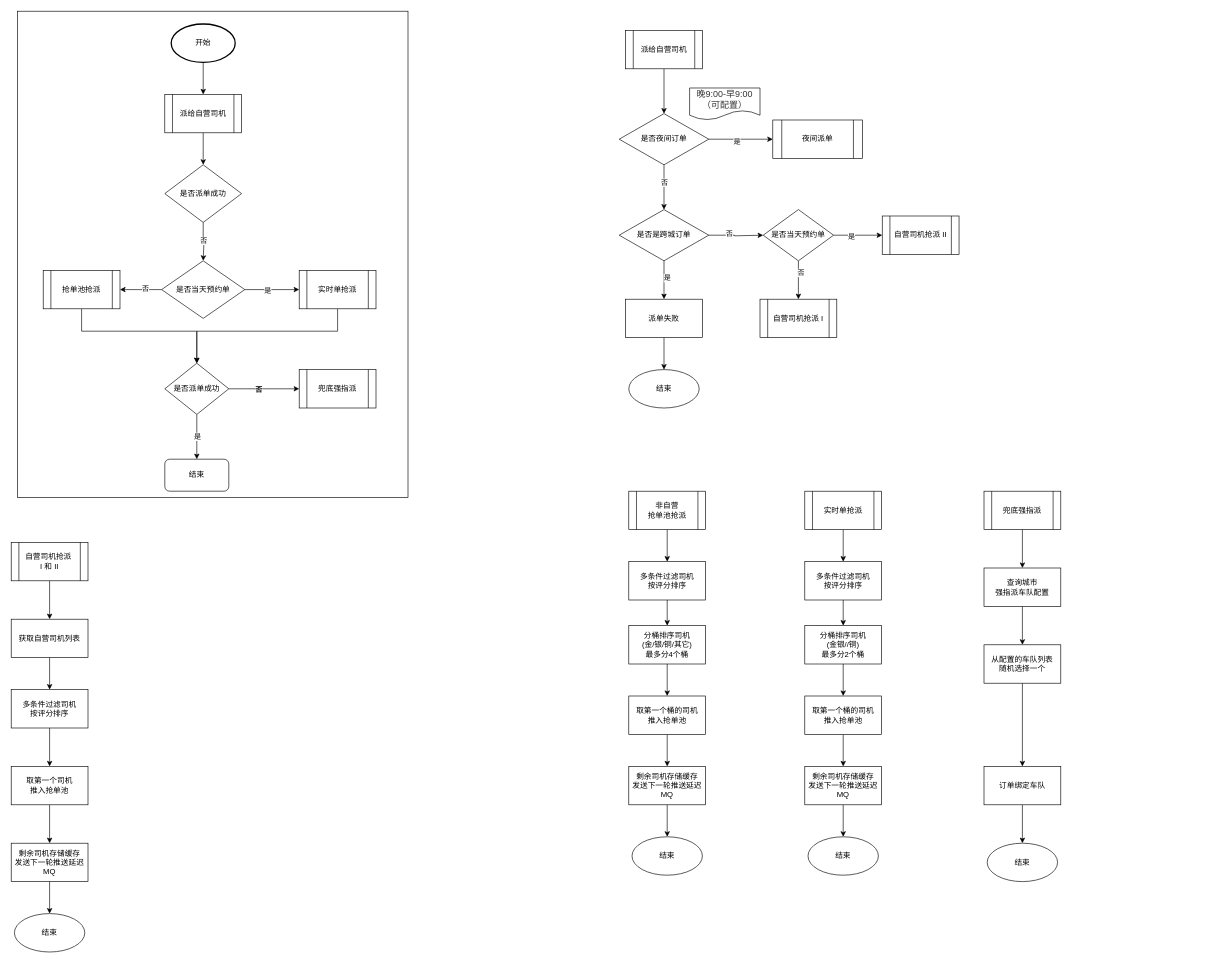
The draw.io diagram 搬家系统派单V1流程.drawio in jumpbyte/businessflow, before the edit. Source tidied: cells renumbered, new cells numbered last; positions are measured from the earlier drawing's top-left corner, leaving out a move shared by most shapes. Both pictures are drawn from the tidied source at 64%, with x=0, y=0 at pixel (11, 11).
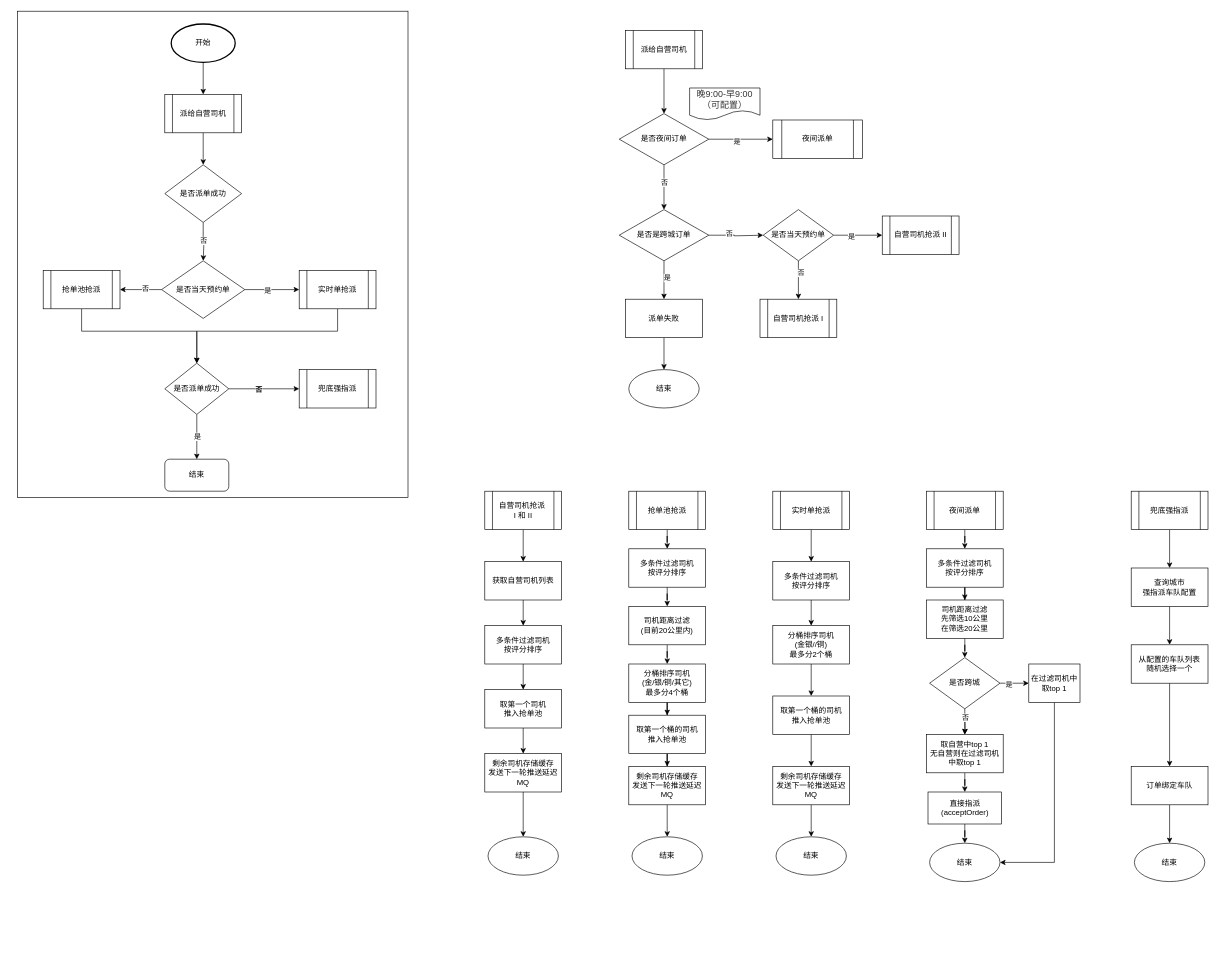
The same diagram, later.

Commit message:
更新搬家系统派单V1流程.drawio

What changed in the source:
```diff
@@
-    <mxCell id="51" value="非自营&lt;div&gt;抢单池抢派&lt;/div&gt;" style="shape=process;whiteSpace=wrap;html=1;backgroundOutline=1;" parent="1" vertex="1">
+    <mxCell id="51" value="抢单池抢派" style="shape=process;whiteSpace=wrap;html=1;backgroundOutline=1;" parent="1" vertex="1">
       <mxGeometry x="965" y="750" width="120" height="60" as="geometry" />
     </mxCell>
-    <mxCell id="52" style="edgeStyle=orthogonalEdgeStyle;rounded=0;jettySize=auto;html=1;" parent="1" edge="1" source="53" target="55">
-      <mxGeometry relative="1" as="geometry" />
-    </mxCell>
+    <mxCell id="92" style="edgeStyle=orthogonalEdgeStyle;rounded=0;jettySize=auto;html=1;" parent="1" edge="1" source="53" target="94">
+      <mxGeometry relative="1" as="geometry" />
+    </mxCell>
     <mxCell id="53" value="多条件过滤司机&lt;div&gt;按评分排序&lt;br&gt;&lt;/div&gt;" style="whiteSpace=wrap;html=1;" parent="1" vertex="1">
-      <mxGeometry x="965" y="860" width="120" height="60" as="geometry" />
+      <mxGeometry x="965" y="840" width="120" height="60" as="geometry" />
     </mxCell>
@@
     <mxCell id="55" value="分桶排序司机&lt;div&gt;(金/银/铜/其它)&lt;div&gt;最多分4个桶&lt;/div&gt;&lt;/div&gt;" style="whiteSpace=wrap;html=1;" parent="1" vertex="1">
-      <mxGeometry x="965" y="960" width="120" height="60" as="geometry" />
+      <mxGeometry x="965" y="1020" width="120" height="60" as="geometry" />
     </mxCell>
@@
     <mxCell id="57" value="取第一个桶的司机&lt;div&gt;推入抢单池&lt;/div&gt;" style="whiteSpace=wrap;html=1;" parent="1" vertex="1">
-      <mxGeometry x="965" y="1070" width="120" height="60" as="geometry" />
+      <mxGeometry x="965" y="1100" width="120" height="60" as="geometry" />
     </mxCell>
@@
     <mxCell id="62" value="实时单抢派" style="shape=process;whiteSpace=wrap;html=1;backgroundOutline=1;" parent="1" vertex="1">
-      <mxGeometry x="1240" y="750" width="120" height="60" as="geometry" />
+      <mxGeometry x="1190" y="750" width="120" height="60" as="geometry" />
     </mxCell>
@@
     <mxCell id="64" value="多条件过滤司机&lt;div&gt;按评分排序&lt;br&gt;&lt;/div&gt;" style="whiteSpace=wrap;html=1;" parent="1" vertex="1">
-      <mxGeometry x="1240" y="860" width="120" height="60" as="geometry" />
+      <mxGeometry x="1190" y="860" width="120" height="60" as="geometry" />
     </mxCell>
@@
     <mxCell id="66" value="分桶排序司机&lt;div&gt;(金银//铜)&lt;div&gt;最多分2个桶&lt;/div&gt;&lt;/div&gt;" style="whiteSpace=wrap;html=1;" parent="1" vertex="1">
-      <mxGeometry x="1240" y="960" width="120" height="60" as="geometry" />
+      <mxGeometry x="1190" y="960" width="120" height="60" as="geometry" />
     </mxCell>
@@
     <mxCell id="68" value="取第一个桶的司机&lt;div&gt;推入抢单池&lt;/div&gt;" style="whiteSpace=wrap;html=1;" parent="1" vertex="1">
-      <mxGeometry x="1240" y="1070" width="120" height="60" as="geometry" />
+      <mxGeometry x="1190" y="1070" width="120" height="60" as="geometry" />
     </mxCell>
@@
     <mxCell id="70" value="剩余司机存储缓存&lt;div&gt;发送下一轮推送延迟MQ&lt;/div&gt;" style="whiteSpace=wrap;html=1;" parent="1" vertex="1">
-      <mxGeometry x="1240" y="1180" width="120" height="60" as="geometry" />
+      <mxGeometry x="1190" y="1180" width="120" height="60" as="geometry" />
     </mxCell>
     <mxCell id="71" value="结束" style="ellipse;whiteSpace=wrap;html=1;" parent="1" vertex="1">
-      <mxGeometry x="1245" y="1290" width="110" height="60" as="geometry" />
+      <mxGeometry x="1195" y="1290" width="110" height="60" as="geometry" />
     </mxCell>
@@
     <mxCell id="73" value="兜底强指派" style="shape=process;whiteSpace=wrap;html=1;backgroundOutline=1;" parent="1" vertex="1">
-      <mxGeometry x="1520" y="750" width="120" height="60" as="geometry" />
+      <mxGeometry x="1750" y="750" width="120" height="60" as="geometry" />
     </mxCell>
@@
     <mxCell id="75" value="查询城市&lt;div&gt;强指派车队配置&lt;/div&gt;" style="whiteSpace=wrap;html=1;" parent="1" vertex="1">
-      <mxGeometry x="1520" y="870" width="120" height="60" as="geometry" />
+      <mxGeometry x="1750" y="870" width="120" height="60" as="geometry" />
     </mxCell>
@@
     <mxCell id="77" value="从配置的车队列表&lt;div&gt;随机选择一个&lt;/div&gt;" style="whiteSpace=wrap;html=1;" parent="1" vertex="1">
-      <mxGeometry x="1520" y="990" width="120" height="60" as="geometry" />
+      <mxGeometry x="1750" y="990" width="120" height="60" as="geometry" />
     </mxCell>
@@
     <mxCell id="79" value="订单绑定车队" style="whiteSpace=wrap;html=1;" parent="1" vertex="1">
-      <mxGeometry x="1520" y="1180" width="120" height="60" as="geometry" />
+      <mxGeometry x="1750" y="1180" width="120" height="60" as="geometry" />
     </mxCell>
     <mxCell id="80" value="结束" style="ellipse;whiteSpace=wrap;html=1;" parent="1" vertex="1">
-      <mxGeometry x="1525" y="1300" width="110" height="60" as="geometry" />
+      <mxGeometry x="1755" y="1300" width="110" height="60" as="geometry" />
     </mxCell>
@@
     <mxCell id="82" value="自营司机抢派&amp;nbsp;&lt;div&gt;I 和 II&lt;/div&gt;" style="shape=process;whiteSpace=wrap;html=1;backgroundOutline=1;" parent="1" vertex="1">
-      <mxGeometry y="830" width="120" height="60" as="geometry" />
+      <mxGeometry x="740" y="750" width="120" height="60" as="geometry" />
     </mxCell>
@@
     <mxCell id="84" value="多条件过滤司机&lt;div&gt;按评分排序&lt;/div&gt;" style="whiteSpace=wrap;html=1;" parent="1" vertex="1">
-      <mxGeometry y="1060" width="120" height="60" as="geometry" />
+      <mxGeometry x="740" y="960" width="120" height="60" as="geometry" />
     </mxCell>
@@
     <mxCell id="86" value="获取自营司机列表" style="whiteSpace=wrap;html=1;" parent="1" vertex="1">
-      <mxGeometry y="950" width="120" height="60" as="geometry" />
+      <mxGeometry x="740" y="860" width="120" height="60" as="geometry" />
     </mxCell>
@@
     <mxCell id="88" value="取第一个司机&lt;div&gt;推入抢单池&lt;/div&gt;" style="whiteSpace=wrap;html=1;" parent="1" vertex="1">
-      <mxGeometry y="1180" width="120" height="60" as="geometry" />
+      <mxGeometry x="740" y="1060" width="120" height="60" as="geometry" />
     </mxCell>
@@
     <mxCell id="90" value="剩余司机存储缓存&lt;div&gt;发送下一轮推送延迟MQ&lt;/div&gt;" style="whiteSpace=wrap;html=1;" parent="1" vertex="1">
-      <mxGeometry y="1300" width="120" height="60" as="geometry" />
+      <mxGeometry x="740" y="1160" width="120" height="60" as="geometry" />
     </mxCell>
     <mxCell id="91" value="结束" style="ellipse;whiteSpace=wrap;html=1;" parent="1" vertex="1">
-      <mxGeometry x="5" y="1410" width="110" height="60" as="geometry" />
+      <mxGeometry x="745" y="1290" width="110" height="60" as="geometry" />
     </mxCell>
+    <mxCell id="93" style="edgeStyle=orthogonalEdgeStyle;rounded=0;jettySize=auto;html=1;entryX=0.5;entryY=0;entryDx=0;entryDy=0;" parent="1" edge="1" source="94" target="55">
+      <mxGeometry relative="1" as="geometry" />
+    </mxCell>
+    <mxCell id="94" value="司机距离过滤&lt;div&gt;(目前20公里内)&lt;/div&gt;" style="rounded=0;whiteSpace=wrap;html=1;" parent="1" vertex="1">
+      <mxGeometry x="965" y="930" width="120" height="60" as="geometry" />
+    </mxCell>
+    <mxCell id="95" style="edgeStyle=orthogonalEdgeStyle;rounded=0;jettySize=auto;html=1;entryX=0.5;entryY=0;entryDx=0;entryDy=0;" parent="1" edge="1" source="96" target="98">
+      <mxGeometry relative="1" as="geometry" />
+    </mxCell>
+    <mxCell id="96" value="夜间派单" style="shape=process;whiteSpace=wrap;html=1;backgroundOutline=1;" parent="1" vertex="1">
+      <mxGeometry x="1430" y="750" width="120" height="60" as="geometry" />
+    </mxCell>
+    <mxCell id="97" style="edgeStyle=orthogonalEdgeStyle;rounded=0;jettySize=auto;html=1;" parent="1" edge="1" source="98" target="104">
+      <mxGeometry relative="1" as="geometry" />
+    </mxCell>
+    <mxCell id="98" value="多条件过滤司机&lt;div&gt;按评分排序&lt;br&gt;&lt;/div&gt;" style="whiteSpace=wrap;html=1;" parent="1" vertex="1">
+      <mxGeometry x="1430" y="840" width="120" height="60" as="geometry" />
+    </mxCell>
+    <mxCell id="99" style="edgeStyle=orthogonalEdgeStyle;rounded=0;jettySize=auto;html=1;" parent="1" edge="1" target="101">
+      <mxGeometry relative="1" as="geometry">
+        <mxPoint x="1490" y="1100" as="sourcePoint" />
+      </mxGeometry>
+    </mxCell>
+    <mxCell id="100" style="edgeStyle=orthogonalEdgeStyle;rounded=0;jettySize=auto;html=1;" parent="1" edge="1" source="101" target="113">
+      <mxGeometry relative="1" as="geometry" />
+    </mxCell>
+    <mxCell id="101" value="取自营中top 1&lt;div&gt;无自营则在过滤司机中取top 1&lt;/div&gt;" style="whiteSpace=wrap;html=1;" parent="1" vertex="1">
+      <mxGeometry x="1430" y="1130" width="120" height="60" as="geometry" />
+    </mxCell>
+    <mxCell id="102" value="结束" style="ellipse;whiteSpace=wrap;html=1;" parent="1" vertex="1">
+      <mxGeometry x="1435" y="1300" width="110" height="60" as="geometry" />
+    </mxCell>
+    <mxCell id="103" style="edgeStyle=orthogonalEdgeStyle;rounded=0;jettySize=auto;html=1;" parent="1" edge="1" source="104" target="109">
+      <mxGeometry relative="1" as="geometry" />
+    </mxCell>
+    <mxCell id="104" value="司机距离过滤&lt;div&gt;先筛选10公里&lt;/div&gt;&lt;div&gt;在筛选20公里&lt;/div&gt;" style="rounded=0;whiteSpace=wrap;html=1;" parent="1" vertex="1">
+      <mxGeometry x="1430" y="920" width="120" height="60" as="geometry" />
+    </mxCell>
+    <mxCell id="105" style="edgeStyle=orthogonalEdgeStyle;rounded=0;jettySize=auto;html=1;" parent="1" edge="1" source="109" target="101">
+      <mxGeometry relative="1" as="geometry" />
+    </mxCell>
+    <mxCell id="106" value="否" style="edgeLabel;html=1;align=center;verticalAlign=middle;" parent="105" vertex="1">
+      <mxGeometry x="-0.37" relative="1" as="geometry" />
+    </mxCell>
+    <mxCell id="107" style="edgeStyle=orthogonalEdgeStyle;rounded=0;jettySize=auto;html=1;" parent="1" edge="1" source="109" target="111">
+      <mxGeometry relative="1" as="geometry" />
+    </mxCell>
+    <mxCell id="108" value="是" style="edgeLabel;html=1;align=center;verticalAlign=middle;" parent="107" vertex="1">
+      <mxGeometry x="-0.43" y="-1" relative="1" as="geometry" />
+    </mxCell>
+    <mxCell id="109" value="是否跨城" style="rhombus;whiteSpace=wrap;html=1;" parent="1" vertex="1">
+      <mxGeometry x="1435" y="1010" width="110" height="80" as="geometry" />
+    </mxCell>
+    <mxCell id="110" style="edgeStyle=orthogonalEdgeStyle;rounded=0;jettySize=auto;html=1;entryX=1;entryY=0.5;entryDx=0;entryDy=0;exitX=0.5;exitY=1;exitDx=0;exitDy=0;" parent="1" edge="1" source="111" target="102">
+      <mxGeometry relative="1" as="geometry" />
+    </mxCell>
+    <mxCell id="111" value="&lt;div&gt;在过滤司机中&lt;/div&gt;&lt;div&gt;取top 1&lt;/div&gt;" style="whiteSpace=wrap;html=1;" parent="1" vertex="1">
+      <mxGeometry x="1590" y="1020" width="80" height="60" as="geometry" />
+    </mxCell>
+    <mxCell id="112" style="edgeStyle=orthogonalEdgeStyle;rounded=0;jettySize=auto;html=1;" parent="1" edge="1" source="113" target="102">
+      <mxGeometry relative="1" as="geometry" />
+    </mxCell>
+    <mxCell id="113" value="直接指派&lt;div&gt;(acceptOrder)&lt;/div&gt;" style="rounded=0;whiteSpace=wrap;html=1;" parent="1" vertex="1">
+      <mxGeometry x="1432.5" y="1220" width="115" height="50" as="geometry" />
+    </mxCell>
```
